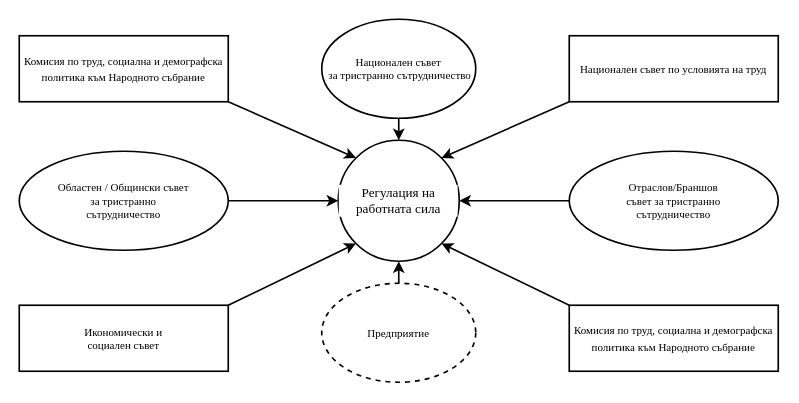
This is page "Фигура 2" (2 of 4) of Untitled Diagram.drawio from entirebg/webserver, a draw.io file, before an edit. Source tidied: cells renumbered, new cells numbered last; positions are measured from the earlier drawing's top-left corner, leaving out a move shared by most shapes. Both pictures are drawn from the tidied source at 110%, with x=0, y=0 at pixel (19, 19).
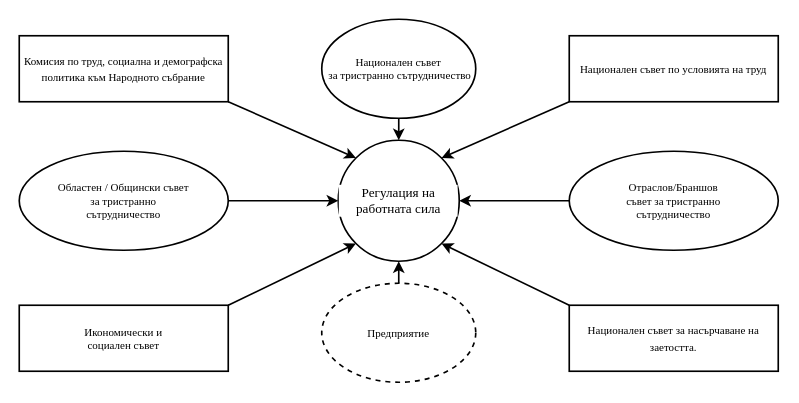
After the change.

Diff of the diagram source:
```diff
@@
 <mxGraphModel>
   <root>
     <mxCell id="0" />
     <mxCell id="1" parent="0" />
     <mxCell id="2" value="&lt;font style=&quot;font-size: 10px;&quot; face=&quot;Times New Roman&quot;&gt;&lt;font style=&quot;font-size: 10px;&quot;&gt;Комисия по труд, социална и демографска политика към Народното събрание&lt;/font&gt;&lt;br&gt;&lt;/font&gt;" style="rounded=0;whiteSpace=wrap;html=1;strokeWidth=1.5;" parent="1" vertex="1">
       <mxGeometry y="15" width="190" height="60" as="geometry" />
     </mxCell>
     <mxCell id="3" value="&lt;p style=&quot;font-size: 10px;&quot;&gt;&lt;font style=&quot;font-size: 10px;&quot; face=&quot;Times New Roman&quot;&gt;Национален съвет по условията на труд &lt;/font&gt;&lt;/p&gt;" style="html=1;rounded=0;strokeWidth=1.5;spacing=3;spacingLeft=0;whiteSpace=wrap;" parent="1" vertex="1">
       <mxGeometry x="500" y="15" width="190" height="60" as="geometry" />
     </mxCell>
     <mxCell id="4" value="Регулация на работната сила" style="ellipse;whiteSpace=wrap;html=1;labelBackgroundColor=#ffffff;strokeWidth=1.5;fontFamily=Times New Roman;" parent="1" vertex="1">
       <mxGeometry x="290" y="110" width="110" height="110" as="geometry" />
     </mxCell>
     <mxCell id="5" value="&lt;div style=&quot;font-size: 10px;&quot;&gt;&lt;font style=&quot;font-size: 10px;&quot;&gt;Национален съвет&lt;/font&gt;&lt;/div&gt;&lt;div style=&quot;font-size: 10px;&quot;&gt;&lt;font style=&quot;font-size: 10px;&quot;&gt;&amp;nbsp;за тристранно сътрудничество&lt;/font&gt;&lt;/div&gt;" style="ellipse;whiteSpace=wrap;html=1;labelBackgroundColor=#ffffff;strokeWidth=1.5;fontFamily=Times New Roman;" parent="1" vertex="1">
       <mxGeometry x="275" width="140" height="90" as="geometry" />
     </mxCell>
     <mxCell id="6" value="&lt;div style=&quot;font-size: 10px;&quot;&gt;&lt;font style=&quot;font-size: 10px;&quot;&gt;Областен / Общински съвет &lt;br&gt;&lt;/font&gt;&lt;/div&gt;&lt;div style=&quot;font-size: 10px;&quot;&gt;&lt;font style=&quot;font-size: 10px;&quot;&gt;за тристранно&lt;/font&gt;&lt;/div&gt;&lt;div style=&quot;font-size: 10px;&quot;&gt;&lt;font style=&quot;font-size: 10px;&quot;&gt;сътрудничество&lt;br&gt;&lt;/font&gt;&lt;/div&gt;" style="ellipse;whiteSpace=wrap;html=1;labelBackgroundColor=#ffffff;strokeWidth=1.5;fontFamily=Times New Roman;" parent="1" vertex="1">
       <mxGeometry y="120" width="190" height="90" as="geometry" />
     </mxCell>
     <mxCell id="7" value="&lt;div style=&quot;font-size: 10px;&quot;&gt;&lt;font style=&quot;font-size: 10px;&quot;&gt;Отраслов/Браншов&lt;/font&gt;&lt;/div&gt;&lt;div style=&quot;font-size: 10px;&quot;&gt;&lt;font style=&quot;font-size: 10px;&quot;&gt;съвет за тристранно&lt;/font&gt;&lt;/div&gt;&lt;div style=&quot;font-size: 10px;&quot;&gt;&lt;font style=&quot;font-size: 10px;&quot;&gt;сътрудничество&lt;/font&gt;&lt;br&gt;&lt;/div&gt;" style="ellipse;whiteSpace=wrap;html=1;labelBackgroundColor=#ffffff;strokeWidth=1.5;fontFamily=Times New Roman;" parent="1" vertex="1">
       <mxGeometry x="500" y="120" width="190" height="90" as="geometry" />
     </mxCell>
     <mxCell id="8" value="&lt;div style=&quot;font-size: 10px;&quot;&gt;&lt;font style=&quot;font-size: 10px;&quot; face=&quot;Times New Roman&quot;&gt;Икономически и &lt;br&gt;&lt;/font&gt;&lt;/div&gt;&lt;div style=&quot;font-size: 10px;&quot;&gt;&lt;font style=&quot;font-size: 10px;&quot; face=&quot;Times New Roman&quot;&gt;&lt;font style=&quot;font-size: 10px;&quot;&gt;социален съвет&lt;/font&gt;&lt;br&gt;&lt;/font&gt;&lt;/div&gt;" style="rounded=0;whiteSpace=wrap;html=1;strokeWidth=1.5;" parent="1" vertex="1">
       <mxGeometry y="260" width="190" height="60" as="geometry" />
     </mxCell>
-    <mxCell id="9" value="&lt;font style=&quot;font-size: 10px;&quot; face=&quot;Times New Roman&quot;&gt;&lt;font style=&quot;font-size: 10px;&quot;&gt;Комисия по труд, социална и демографска политика към Народното събрание&lt;/font&gt;&lt;br&gt;&lt;/font&gt;" style="rounded=0;whiteSpace=wrap;html=1;strokeWidth=1.5;" parent="1" vertex="1">
+    <mxCell id="9" value="&lt;font style=&quot;font-size: 10px;&quot; face=&quot;Times New Roman&quot;&gt;Национален съвет за насърчаване на заетостта.&lt;/font&gt;" style="rounded=0;whiteSpace=wrap;html=1;strokeWidth=1.5;" parent="1" vertex="1">
       <mxGeometry x="500" y="260" width="190" height="60" as="geometry" />
     </mxCell>
     <mxCell id="10" style="endArrow=classic;html=1;rounded=0;strokeColor=#000000;strokeWidth=1.5;fontFamily=Times New Roman;fontColor=#FF0000;exitX=1;exitY=1;exitDx=0;exitDy=0;entryX=0;entryY=0;entryDx=0;entryDy=0;" parent="1" edge="1" source="2" target="4">
       <mxGeometry relative="1" as="geometry" />
     </mxCell>
     <mxCell id="11" style="endArrow=classic;html=1;rounded=0;strokeColor=#000000;strokeWidth=1.5;fontFamily=Times New Roman;fontColor=#FF0000;entryX=0;entryY=0.5;entryDx=0;entryDy=0;exitX=1;exitY=0.5;exitDx=0;exitDy=0;" parent="1" edge="1" source="6" target="4">
       <mxGeometry relative="1" as="geometry" />
     </mxCell>
     <mxCell id="12" style="endArrow=classic;html=1;rounded=0;strokeColor=#000000;strokeWidth=1.5;fontFamily=Times New Roman;fontColor=#FF0000;exitX=1;exitY=0;exitDx=0;exitDy=0;entryX=0;entryY=1;entryDx=0;entryDy=0;" parent="1" edge="1" source="8" target="4">
       <mxGeometry relative="1" as="geometry" />
     </mxCell>
     <mxCell id="13" style="endArrow=classic;html=1;rounded=0;strokeColor=#000000;strokeWidth=1.5;fontFamily=Times New Roman;fontColor=#FF0000;exitX=0.5;exitY=0;exitDx=0;exitDy=0;entryX=0.5;entryY=1;entryDx=0;entryDy=0;" parent="1" edge="1" source="18" target="4">
       <mxGeometry relative="1" as="geometry" />
     </mxCell>
     <mxCell id="14" style="endArrow=classic;html=1;rounded=0;strokeColor=#000000;strokeWidth=1.5;fontFamily=Times New Roman;fontColor=#FF0000;entryX=1;entryY=1;entryDx=0;entryDy=0;exitX=0;exitY=0;exitDx=0;exitDy=0;" parent="1" edge="1" source="9" target="4">
       <mxGeometry relative="1" as="geometry" />
     </mxCell>
     <mxCell id="15" style="endArrow=classic;html=1;rounded=0;strokeColor=#000000;strokeWidth=1.5;fontFamily=Times New Roman;fontColor=#FF0000;exitX=0;exitY=0.5;exitDx=0;exitDy=0;entryX=1;entryY=0.5;entryDx=0;entryDy=0;" parent="1" edge="1" source="7" target="4">
       <mxGeometry relative="1" as="geometry" />
     </mxCell>
     <mxCell id="16" style="endArrow=classic;html=1;rounded=0;strokeColor=#000000;strokeWidth=1.5;fontFamily=Times New Roman;fontColor=#FF0000;exitX=0;exitY=1;exitDx=0;exitDy=0;entryX=1;entryY=0;entryDx=0;entryDy=0;" parent="1" edge="1" source="3" target="4">
       <mxGeometry relative="1" as="geometry" />
     </mxCell>
     <mxCell id="17" style="endArrow=classic;html=1;rounded=0;strokeColor=#000000;strokeWidth=1.5;fontFamily=Times New Roman;fontColor=#FF0000;exitX=0.5;exitY=1;exitDx=0;exitDy=0;" parent="1" edge="1" source="5">
       <mxGeometry relative="1" as="geometry">
         <mxPoint x="345" y="110" as="targetPoint" />
       </mxGeometry>
     </mxCell>
     <mxCell id="18" value="&lt;font style=&quot;font-size: 10px;&quot;&gt;Предприятие&lt;/font&gt;" style="ellipse;whiteSpace=wrap;html=1;labelBackgroundColor=#ffffff;strokeWidth=1.5;fontFamily=Times New Roman;dashed=1;" parent="1" vertex="1">
       <mxGeometry x="275" y="240" width="140" height="90" as="geometry" />
     </mxCell>
   </root>
 </mxGraphModel>
```
